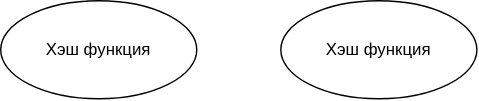
Above: База/Структуры данных/2. Быстро находить данные и проверять условия/2.3. Проверять принадлежность и уникальность/Множество (Set)/HashSet/schemes/Знакомство.drawio.svg in kosukhin/catalog (draw.io), before the change. Source tidied: cells renumbered, new cells last; positions are measured from the earlier drawing's top-left corner, leaving out a move shared by most shapes.
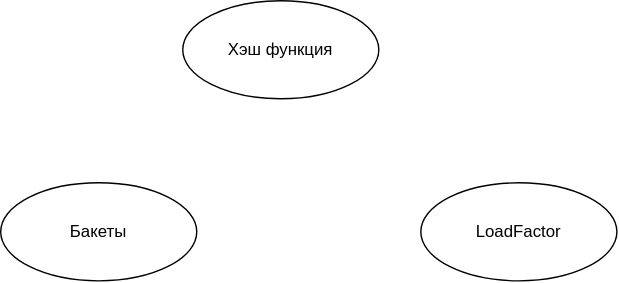
The same diagram one commit later.

Diff of the diagram source:
```diff
@@ -5,8 +5,11 @@
     <mxCell id="2" value="Хэш функция" style="ellipse;whiteSpace=wrap;html=1;" parent="1" vertex="1">
       <mxGeometry width="140" height="70" as="geometry" />
     </mxCell>
-    <mxCell id="3" value="Хэш функция" style="ellipse;whiteSpace=wrap;html=1;" parent="1" vertex="1">
-      <mxGeometry x="200" width="140" height="70" as="geometry" />
+    <mxCell id="3" value="LoadFactor" style="ellipse;whiteSpace=wrap;html=1;" parent="1" vertex="1">
+      <mxGeometry x="170" y="130" width="140" height="70" as="geometry" />
     </mxCell>
+    <mxCell id="4" value="Бакеты" style="ellipse;whiteSpace=wrap;html=1;" parent="1" vertex="1">
+      <mxGeometry x="-130" y="130" width="140" height="70" as="geometry" />
+    </mxCell>
   </root>
 </mxGraphModel>
```
